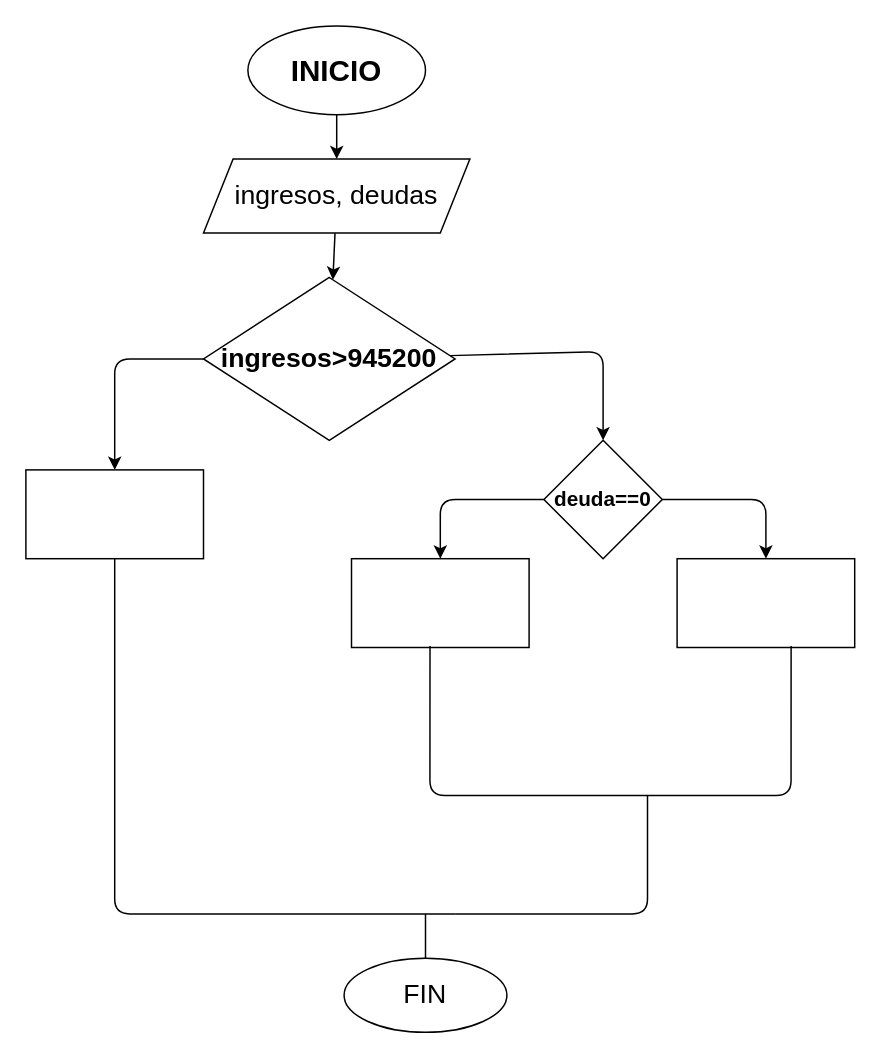
Earlier version of the draw.io diagram ejercicio_2/diagrama.drawio (stanlysefer/taller_condicionales). Source tidied: cells renumbered, new cells numbered last; positions are measured from the earlier drawing's top-left corner, leaving out a move shared by most shapes. Both pictures are drawn from the tidied source at 148%, with x=0, y=0 at pixel (25, 25).
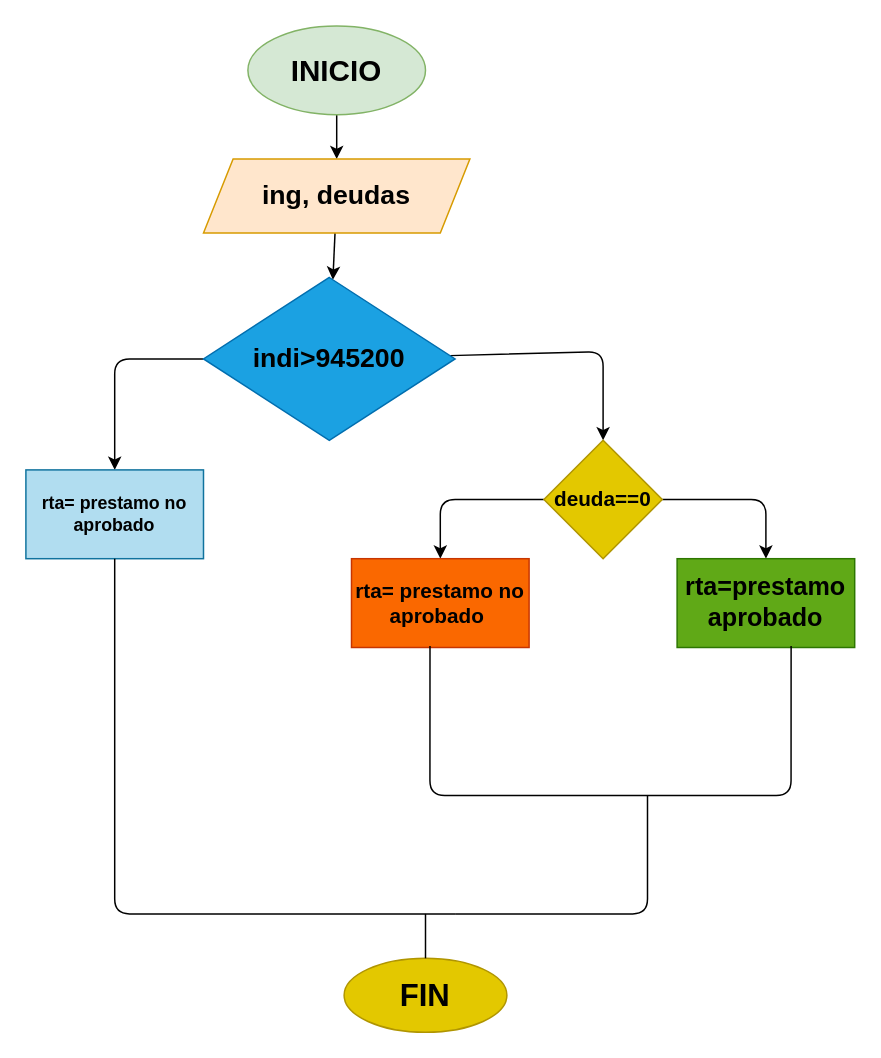
After the change.

Commit message (it also covers changes not shown here):
Se creó el diagrama de flujo y se agregó al README

The edit, as a diff of the source:
```diff
@@
-    <mxCell id="3" value="&lt;b&gt;&lt;font style=&quot;font-size: 20px;&quot;&gt;INICIO&lt;/font&gt;&lt;/b&gt;" style="ellipse;whiteSpace=wrap;html=1;" parent="1" vertex="1">
+    <mxCell id="3" value="&lt;b&gt;&lt;font color=&quot;#000000&quot; style=&quot;font-size: 20px;&quot;&gt;INICIO&lt;/font&gt;&lt;/b&gt;" style="ellipse;whiteSpace=wrap;html=1;fillColor=#d5e8d4;strokeColor=#82b366;" parent="1" vertex="1">
       <mxGeometry x="150" width="120" height="60" as="geometry" />
     </mxCell>
@@
-    <mxCell id="5" value="&lt;font style=&quot;font-size: 18px;&quot;&gt;ingresos, deudas&lt;/font&gt;" style="shape=parallelogram;perimeter=parallelogramPerimeter;whiteSpace=wrap;html=1;fixedSize=1;" parent="1" vertex="1">
+    <mxCell id="5" value="&lt;font color=&quot;#000000&quot; style=&quot;font-size: 18px;&quot;&gt;&lt;b&gt;ing, deudas&lt;/b&gt;&lt;/font&gt;" style="shape=parallelogram;perimeter=parallelogramPerimeter;whiteSpace=wrap;html=1;fixedSize=1;fillColor=#ffe6cc;strokeColor=#d79b00;" parent="1" vertex="1">
       <mxGeometry x="120" y="90" width="180" height="50" as="geometry" />
     </mxCell>
@@
-    <mxCell id="8" value="&lt;b&gt;&lt;font style=&quot;font-size: 18px;&quot;&gt;ingresos&amp;gt;945200&lt;/font&gt;&lt;/b&gt;" style="rhombus;whiteSpace=wrap;html=1;" parent="1" vertex="1">
+    <mxCell id="8" value="&lt;b&gt;&lt;font color=&quot;#000000&quot; style=&quot;font-size: 18px;&quot;&gt;indi&amp;gt;945200&lt;/font&gt;&lt;/b&gt;" style="rhombus;whiteSpace=wrap;html=1;fillColor=#1ba1e2;fontColor=#ffffff;strokeColor=#006EAF;" parent="1" vertex="1">
       <mxGeometry x="120" y="170" width="170" height="110" as="geometry" />
     </mxCell>
@@
-    <mxCell id="11" value="&lt;b&gt;&lt;font style=&quot;font-size: 14px;&quot;&gt;deuda==0&lt;/font&gt;&lt;/b&gt;" style="rhombus;whiteSpace=wrap;html=1;" parent="1" vertex="1">
+    <mxCell id="11" value="&lt;b&gt;&lt;font style=&quot;font-size: 14px;&quot;&gt;deuda==0&lt;/font&gt;&lt;/b&gt;" style="rhombus;whiteSpace=wrap;html=1;fillColor=#e3c800;fontColor=#000000;strokeColor=#B09500;" parent="1" vertex="1">
       <mxGeometry x="350" y="280" width="80" height="80" as="geometry" />
     </mxCell>
-    <mxCell id="12" style="whiteSpace=wrap;html=1;" parent="1" vertex="1">
+    <mxCell id="12" value="&lt;b&gt;&lt;font style=&quot;font-size: 14px;&quot;&gt;rta= prestamo no aprobado&amp;nbsp;&lt;/font&gt;&lt;/b&gt;" style="whiteSpace=wrap;html=1;fillColor=#fa6800;fontColor=#000000;strokeColor=#C73500;" parent="1" vertex="1">
       <mxGeometry x="220" y="360" width="120" height="60" as="geometry" />
     </mxCell>
-    <mxCell id="13" style="whiteSpace=wrap;html=1;" parent="1" vertex="1">
+    <mxCell id="13" value="&lt;b&gt;&lt;font color=&quot;#000000&quot; style=&quot;font-size: 17px;&quot;&gt;rta=prestamo aprobado&lt;/font&gt;&lt;/b&gt;" style="whiteSpace=wrap;html=1;fillColor=#60a917;fontColor=#ffffff;strokeColor=#2D7600;" parent="1" vertex="1">
       <mxGeometry x="440" y="360" width="120" height="60" as="geometry" />
     </mxCell>
@@
-    <mxCell id="15" style="whiteSpace=wrap;html=1;" parent="1" vertex="1">
+    <mxCell id="15" value="&lt;b&gt;&lt;font color=&quot;#000000&quot;&gt;rta= prestamo no aprobado&lt;/font&gt;&lt;/b&gt;" style="whiteSpace=wrap;html=1;fillColor=#b1ddf0;strokeColor=#10739e;" parent="1" vertex="1">
       <mxGeometry y="300" width="120" height="60" as="geometry" />
     </mxCell>
@@
-    <mxCell id="18" value="FIN" style="ellipse;whiteSpace=wrap;html=1;fontSize=18;" parent="1" vertex="1">
+    <mxCell id="18" value="&lt;b&gt;&lt;font style=&quot;font-size: 21px;&quot;&gt;FIN&lt;/font&gt;&lt;/b&gt;" style="ellipse;whiteSpace=wrap;html=1;fontSize=18;fillColor=#e3c800;fontColor=#000000;strokeColor=#B09500;" parent="1" vertex="1">
       <mxGeometry x="215" y="630" width="110" height="50" as="geometry" />
     </mxCell>
```
